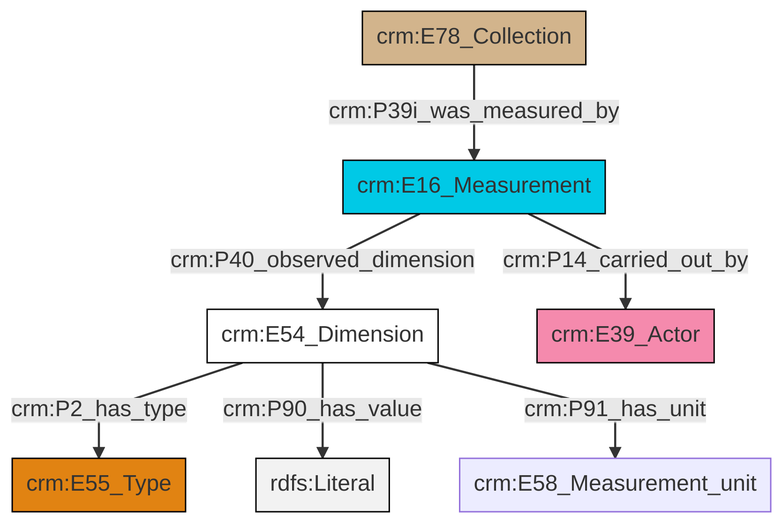
This is et/archivalCSV/ttl/mmd/png/archival_substance.png from swiss-art-research-net/docs.swissartresearch, a Mermaid export, as it was before one commit. Its source is kept beside it as et/archivalCSV/ttl/mmd/archival_substance.ttl.mmd.
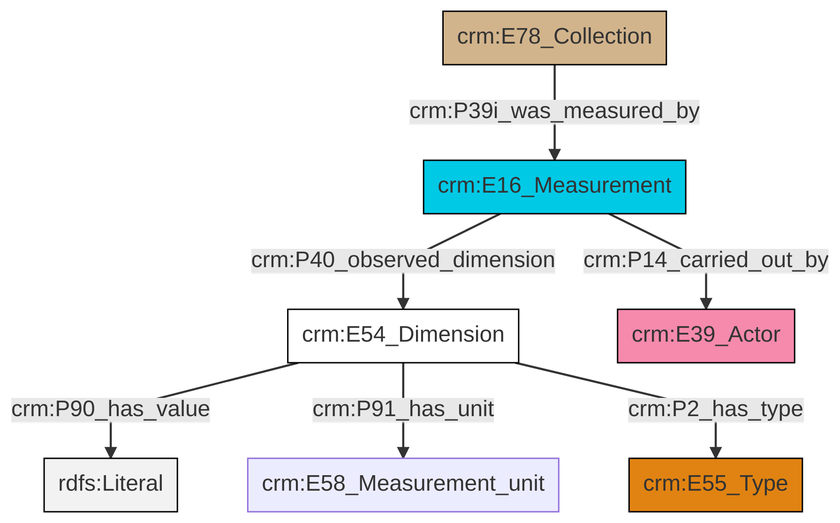
Later version of the same file.

What changed in the source:
```diff
@@ -13,9 +13,9 @@
 classDef PC_Classes fill:#4ce600, stroke:#000000;
 classDef Multi fill:#cccccc,stroke:#000000;
 
-0["crm:E54_Dimension"]:::CRM_Entity -->|crm:P2_has_type| 1["crm:E55_Type"]:::Type
-2["crm:E16_Measurement"]:::Temporal_Entity -->|crm:P14_carried_out_by| 5["crm:E39_Actor"]:::Actor
-0["crm:E54_Dimension"]:::CRM_Entity -->|crm:P90_has_value| 7[rdfs:Literal]:::Literal
-10["crm:E78_Collection"]:::Physical_Thing -->|crm:P39i_was_measured_by| 2["crm:E16_Measurement"]:::Temporal_Entity
-0["crm:E54_Dimension"]:::CRM_Entity -->|crm:P91_has_unit| 8["crm:E58_Measurement_unit"]:::Default
+0["crm:E54_Dimension"]:::CRM_Entity -->|crm:P90_has_value| 1[rdfs:Literal]:::Literal
 2["crm:E16_Measurement"]:::Temporal_Entity -->|crm:P40_observed_dimension| 0["crm:E54_Dimension"]:::CRM_Entity
+0["crm:E54_Dimension"]:::CRM_Entity -->|crm:P91_has_unit| 6["crm:E58_Measurement_unit"]:::Default
+0["crm:E54_Dimension"]:::CRM_Entity -->|crm:P2_has_type| 9["crm:E55_Type"]:::Type
+4["crm:E78_Collection"]:::Physical_Thing -->|crm:P39i_was_measured_by| 2["crm:E16_Measurement"]:::Temporal_Entity
+2["crm:E16_Measurement"]:::Temporal_Entity -->|crm:P14_carried_out_by| 7["crm:E39_Actor"]:::Actor
```
